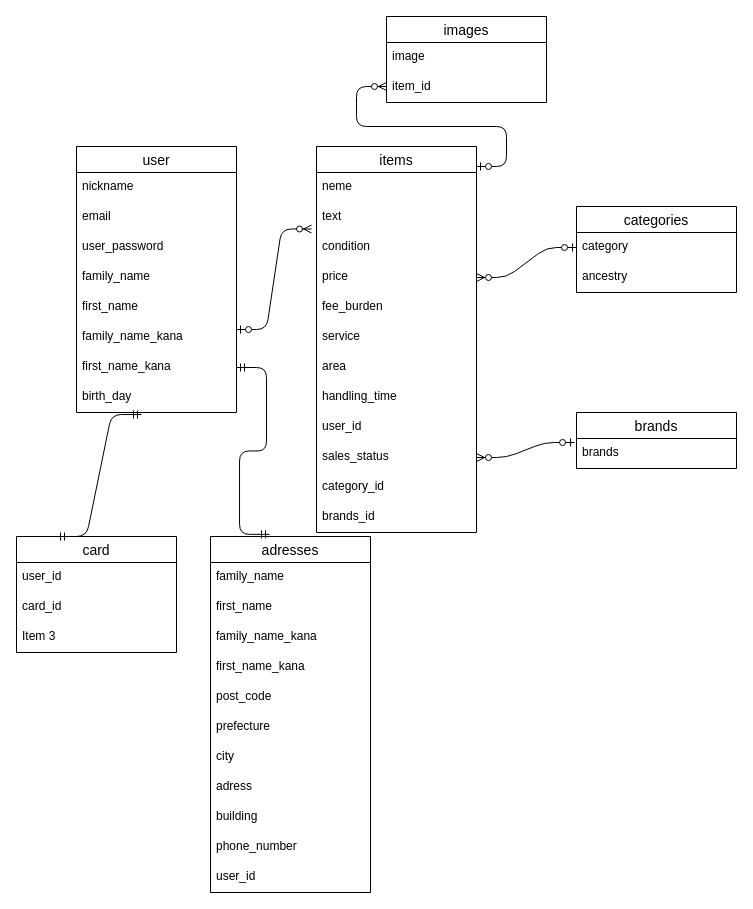
Above: ER.dio in miyo0000/furima-38917 (draw.io), before the change. Source tidied: cells renumbered, new cells numbered last; positions are measured from the earlier drawing's top-left corner, leaving out a move shared by most shapes. Both pictures are drawn from the tidied source at 100%, with x=0, y=0 at pixel (16, 16).
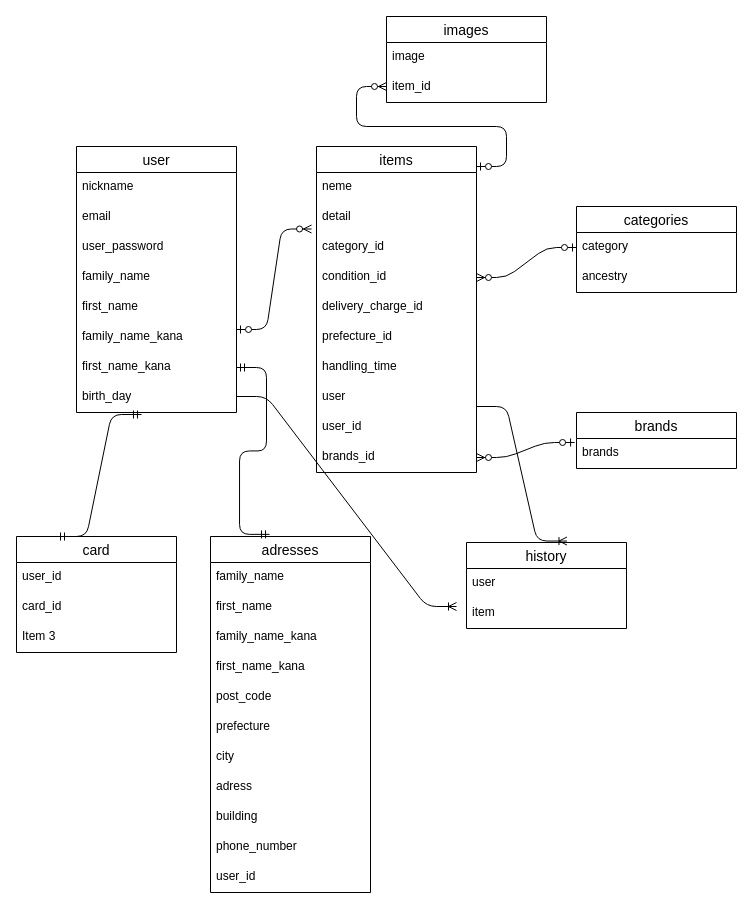
Above is the later version.

The edit, as a diff of the source:
```diff
@@
     <mxCell id="11" value="items" style="swimlane;fontStyle=0;horizontal=1;startSize=26;align=center;fontSize=14;" parent="1" vertex="1">
-      <mxGeometry x="300" y="130" width="160" height="386" as="geometry" />
+      <mxGeometry x="300" y="130" width="160" height="326" as="geometry" />
     </mxCell>
@@
-    <mxCell id="13" value="text" style="text;strokeColor=none;fillColor=none;spacingLeft=4;spacingRight=4;overflow=hidden;points=[[0,0.5],[1,0.5]];portConstraint=eastwest;fontSize=12;" parent="11" vertex="1">
+    <mxCell id="13" value="detail" style="text;strokeColor=none;fillColor=none;spacingLeft=4;spacingRight=4;overflow=hidden;points=[[0,0.5],[1,0.5]];portConstraint=eastwest;fontSize=12;" parent="11" vertex="1">
       <mxGeometry y="56" width="160" height="30" as="geometry" />
     </mxCell>
-    <mxCell id="14" value="condition" style="text;strokeColor=none;fillColor=none;spacingLeft=4;spacingRight=4;overflow=hidden;fontSize=12;" parent="11" vertex="1">
+    <mxCell id="14" value="category_id" style="text;strokeColor=none;fillColor=none;spacingLeft=4;spacingRight=4;overflow=hidden;fontSize=12;" parent="11" vertex="1">
       <mxGeometry y="86" width="160" height="30" as="geometry" />
     </mxCell>
-    <mxCell id="15" value="price" style="text;strokeColor=none;fillColor=none;spacingLeft=4;spacingRight=4;overflow=hidden;points=[[0,0.5],[1,0.5]];portConstraint=eastwest;fontSize=12;" parent="11" vertex="1">
+    <mxCell id="15" value="condition_id" style="text;strokeColor=none;fillColor=none;spacingLeft=4;spacingRight=4;overflow=hidden;points=[[0,0.5],[1,0.5]];portConstraint=eastwest;fontSize=12;" parent="11" vertex="1">
       <mxGeometry y="116" width="160" height="30" as="geometry" />
     </mxCell>
-    <mxCell id="16" value="fee_burden" style="text;strokeColor=none;fillColor=none;spacingLeft=4;spacingRight=4;overflow=hidden;fontSize=12;" parent="11" vertex="1">
+    <mxCell id="16" value="delivery_charge_id" style="text;strokeColor=none;fillColor=none;spacingLeft=4;spacingRight=4;overflow=hidden;fontSize=12;" parent="11" vertex="1">
       <mxGeometry y="146" width="160" height="30" as="geometry" />
     </mxCell>
-    <mxCell id="17" value="service" style="text;strokeColor=none;fillColor=none;spacingLeft=4;spacingRight=4;overflow=hidden;fontSize=12;" parent="11" vertex="1">
+    <mxCell id="17" value="prefecture_id" style="text;strokeColor=none;fillColor=none;spacingLeft=4;spacingRight=4;overflow=hidden;fontSize=12;" parent="11" vertex="1">
       <mxGeometry y="176" width="160" height="30" as="geometry" />
     </mxCell>
-    <mxCell id="18" value="area" style="text;strokeColor=none;fillColor=none;spacingLeft=4;spacingRight=4;overflow=hidden;fontSize=12;" parent="11" vertex="1">
+    <mxCell id="18" value="handling_time" style="text;strokeColor=none;fillColor=none;spacingLeft=4;spacingRight=4;overflow=hidden;fontSize=12;" parent="11" vertex="1">
       <mxGeometry y="206" width="160" height="30" as="geometry" />
     </mxCell>
-    <mxCell id="19" value="handling_time" style="text;strokeColor=none;fillColor=none;spacingLeft=4;spacingRight=4;overflow=hidden;fontSize=12;" parent="11" vertex="1">
+    <mxCell id="19" value="user" style="text;strokeColor=none;fillColor=none;spacingLeft=4;spacingRight=4;overflow=hidden;fontSize=12;" parent="11" vertex="1">
       <mxGeometry y="236" width="160" height="30" as="geometry" />
     </mxCell>
@@
-    <mxCell id="21" value="sales_status" style="text;strokeColor=none;fillColor=none;spacingLeft=4;spacingRight=4;overflow=hidden;points=[[0,0.5],[1,0.5]];portConstraint=eastwest;fontSize=12;" parent="11" vertex="1">
+    <mxCell id="21" value="brands_id" style="text;strokeColor=none;fillColor=none;spacingLeft=4;spacingRight=4;overflow=hidden;points=[[0,0.5],[1,0.5]];portConstraint=eastwest;fontSize=12;" parent="11" vertex="1">
       <mxGeometry y="296" width="160" height="30" as="geometry" />
     </mxCell>
-    <mxCell id="22" value="category_id" style="text;strokeColor=none;fillColor=none;spacingLeft=4;spacingRight=4;overflow=hidden;fontSize=12;" parent="11" vertex="1">
-      <mxGeometry y="326" width="160" height="30" as="geometry" />
-    </mxCell>
-    <mxCell id="23" value="brands_id" style="text;strokeColor=none;fillColor=none;spacingLeft=4;spacingRight=4;overflow=hidden;fontSize=12;" parent="11" vertex="1">
-      <mxGeometry y="356" width="160" height="30" as="geometry" />
-    </mxCell>
@@
+    <mxCell id="54" value="history" style="swimlane;fontStyle=0;horizontal=1;startSize=26;align=center;fontSize=14;" parent="1" vertex="1">
+      <mxGeometry x="450" y="526" width="160" height="86" as="geometry" />
+    </mxCell>
+    <mxCell id="55" value="user" style="text;strokeColor=none;fillColor=none;spacingLeft=4;spacingRight=4;overflow=hidden;fontSize=12;" parent="54" vertex="1">
+      <mxGeometry y="26" width="160" height="30" as="geometry" />
+    </mxCell>
+    <mxCell id="56" value="item" style="text;strokeColor=none;fillColor=none;spacingLeft=4;spacingRight=4;overflow=hidden;fontSize=12;" parent="54" vertex="1">
+      <mxGeometry y="56" width="160" height="30" as="geometry" />
+    </mxCell>
+    <mxCell id="57" style="edgeStyle=entityRelationEdgeStyle;fontSize=12;html=1;endArrow=ERoneToMany;" parent="1" edge="1">
+      <mxGeometry relative="1" as="geometry">
+        <mxPoint x="220" y="380" as="sourcePoint" />
+        <mxPoint x="440" y="590" as="targetPoint" />
+      </mxGeometry>
+    </mxCell>
+    <mxCell id="58" style="edgeStyle=entityRelationEdgeStyle;fontSize=12;html=1;endArrow=ERoneToMany;entryX=0.628;entryY=-0.017;entryDx=0;entryDy=0;entryPerimeter=0;" parent="1" edge="1" target="54">
+      <mxGeometry relative="1" as="geometry">
+        <mxPoint x="460" y="390" as="sourcePoint" />
+      </mxGeometry>
+    </mxCell>
```
